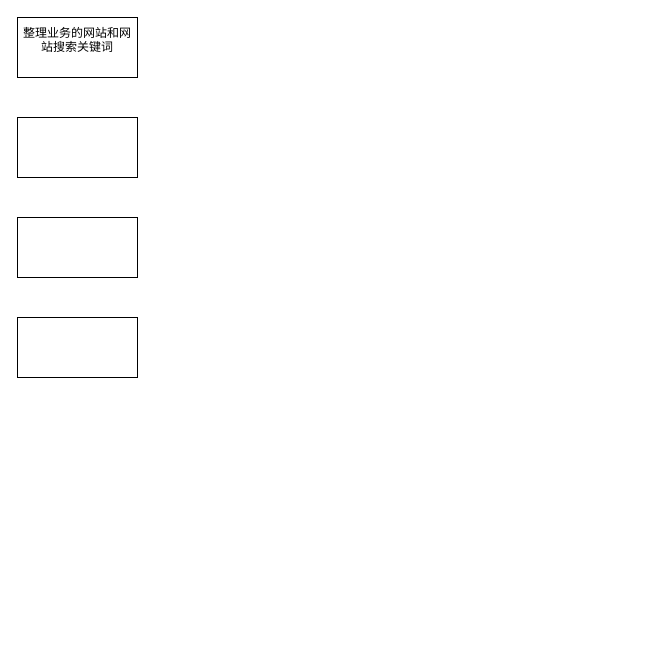
This is YAYO的md/未命名绘图.drawio from yayoyanyue/tools, a draw.io file, before an edit. Source tidied: cells renumbered, new cells numbered last; positions are measured from the earlier drawing's top-left corner, leaving out a move shared by most shapes. Both pictures are drawn from the tidied source at 100%, with x=0, y=0 at pixel (17, 17).
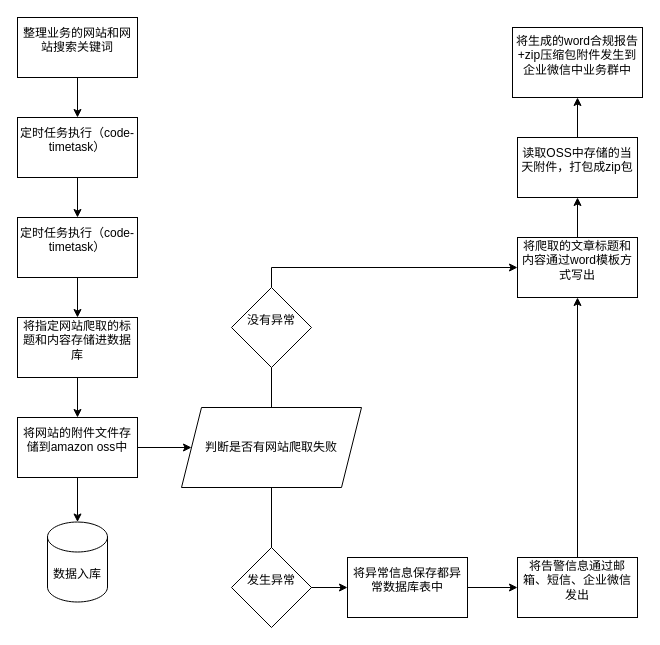
Above is the later version.

Commit message:
更新未命名绘图.drawio

Unchanged cells that the change refers to:
```xml
<mxCell id="2" value="&lt;div&gt;整理业务的网站和网站搜索关键词&lt;/div&gt;&lt;div&gt;&lt;br&gt;&lt;/div&gt;" style="rounded=0;whiteSpace=wrap;html=1;" parent="1" vertex="1">
  <mxGeometry width="120" height="60" as="geometry" />
</mxCell>
```

The edit, as a diff of the source:
```diff
@@
+    <mxCell id="6" style="edgeStyle=orthogonalEdgeStyle;rounded=0;jettySize=auto;html=1;exitX=0.5;exitY=1;exitDx=0;exitDy=0;entryX=0.5;entryY=0;entryDx=0;entryDy=0;" parent="1" edge="1" source="2" target="3">
+      <mxGeometry relative="1" as="geometry" />
+    </mxCell>
@@
+    <mxCell id="7" style="edgeStyle=orthogonalEdgeStyle;rounded=0;jettySize=auto;html=1;exitX=0.5;exitY=1;exitDx=0;exitDy=0;entryX=0.5;entryY=0;entryDx=0;entryDy=0;" parent="1" edge="1" source="3" target="4">
+      <mxGeometry relative="1" as="geometry" />
+    </mxCell>
-    <mxCell id="3" style="rounded=0;whiteSpace=wrap;html=1;" parent="1" vertex="1">
+    <mxCell id="3" value="&lt;div&gt;定时任务执行（code-timetask）&lt;/div&gt;&lt;div&gt;&lt;br&gt;&lt;/div&gt;" style="rounded=0;whiteSpace=wrap;html=1;" parent="1" vertex="1">
       <mxGeometry y="100" width="120" height="60" as="geometry" />
     </mxCell>
+    <mxCell id="8" style="edgeStyle=orthogonalEdgeStyle;rounded=0;jettySize=auto;html=1;exitX=0.5;exitY=1;exitDx=0;exitDy=0;entryX=0.5;entryY=0;entryDx=0;entryDy=0;" parent="1" edge="1" source="4" target="5">
+      <mxGeometry relative="1" as="geometry" />
+    </mxCell>
-    <mxCell id="4" style="rounded=0;whiteSpace=wrap;html=1;" parent="1" vertex="1">
+    <mxCell id="4" value="&lt;div&gt;定时任务执行（code-timetask）&lt;/div&gt;&lt;div&gt;&lt;br&gt;&lt;/div&gt;" style="rounded=0;whiteSpace=wrap;html=1;" parent="1" vertex="1">
       <mxGeometry y="200" width="120" height="60" as="geometry" />
     </mxCell>
+    <mxCell id="9" style="edgeStyle=orthogonalEdgeStyle;rounded=0;jettySize=auto;html=1;exitX=0.5;exitY=1;exitDx=0;exitDy=0;entryX=0.5;entryY=0;entryDx=0;entryDy=0;" parent="1" edge="1" source="5" target="12">
+      <mxGeometry relative="1" as="geometry" />
+    </mxCell>
-    <mxCell id="5" style="rounded=0;whiteSpace=wrap;html=1;" parent="1" vertex="1">
+    <mxCell id="5" value="&lt;div&gt;将指定网站爬取的标题和内容存储进数据库&lt;/div&gt;&lt;div&gt;&lt;br&gt;&lt;/div&gt;" style="rounded=0;whiteSpace=wrap;html=1;" parent="1" vertex="1">
       <mxGeometry y="300" width="120" height="60" as="geometry" />
     </mxCell>
+    <mxCell id="10" style="edgeStyle=orthogonalEdgeStyle;rounded=0;jettySize=auto;html=1;exitX=1;exitY=0.5;exitDx=0;exitDy=0;entryX=0;entryY=0.5;entryDx=0;entryDy=0;" parent="1" edge="1" source="12" target="15">
+      <mxGeometry relative="1" as="geometry" />
+    </mxCell>
+    <mxCell id="11" style="edgeStyle=orthogonalEdgeStyle;rounded=0;jettySize=auto;html=1;exitX=0.5;exitY=1;exitDx=0;exitDy=0;entryX=0.5;entryY=0;entryDx=0;entryDy=0;entryPerimeter=0;" parent="1" edge="1" source="12" target="28">
+      <mxGeometry relative="1" as="geometry" />
+    </mxCell>
+    <mxCell id="12" value="&lt;div&gt;将网站的附件文件存储到amazon oss中&lt;/div&gt;&lt;div&gt;&lt;br&gt;&lt;/div&gt;" style="rounded=0;whiteSpace=wrap;html=1;" parent="1" vertex="1">
+      <mxGeometry y="400" width="120" height="60" as="geometry" />
+    </mxCell>
+    <mxCell id="13" style="edgeStyle=orthogonalEdgeStyle;rounded=0;jettySize=auto;html=1;exitX=0.5;exitY=0;exitDx=0;exitDy=0;entryX=0;entryY=0.5;entryDx=0;entryDy=0;startArrow=none;" parent="1" edge="1" source="25" target="19">
+      <mxGeometry relative="1" as="geometry" />
+    </mxCell>
+    <mxCell id="14" style="edgeStyle=orthogonalEdgeStyle;rounded=0;jettySize=auto;html=1;entryX=0;entryY=0.5;entryDx=0;entryDy=0;" parent="1" edge="1" source="15" target="17">
+      <mxGeometry relative="1" as="geometry" />
+    </mxCell>
+    <mxCell id="15" value="判断是否有网站爬取失败" style="shape=parallelogram;perimeter=parallelogramPerimeter;whiteSpace=wrap;html=1;fixedSize=1;" parent="1" vertex="1">
+      <mxGeometry x="164" y="390" width="180" height="80" as="geometry" />
+    </mxCell>
+    <mxCell id="16" style="edgeStyle=orthogonalEdgeStyle;rounded=0;jettySize=auto;html=1;exitX=1;exitY=0.5;exitDx=0;exitDy=0;entryX=0;entryY=0.5;entryDx=0;entryDy=0;" parent="1" edge="1" source="17" target="21">
+      <mxGeometry relative="1" as="geometry" />
+    </mxCell>
+    <mxCell id="17" value="&lt;div&gt;将异常信息保存都异常数据库表中&lt;/div&gt;&lt;div&gt;&lt;br&gt;&lt;/div&gt;" style="rounded=0;whiteSpace=wrap;html=1;" parent="1" vertex="1">
+      <mxGeometry x="330" y="540" width="120" height="60" as="geometry" />
+    </mxCell>
+    <mxCell id="18" style="edgeStyle=orthogonalEdgeStyle;rounded=0;jettySize=auto;html=1;exitX=0.5;exitY=0;exitDx=0;exitDy=0;entryX=0.5;entryY=1;entryDx=0;entryDy=0;" parent="1" edge="1" source="19" target="23">
+      <mxGeometry relative="1" as="geometry" />
+    </mxCell>
+    <mxCell id="19" value="&lt;div&gt;将爬取的文章标题和内容通过word模板方式写出&lt;/div&gt;&lt;div&gt;&lt;br&gt;&lt;/div&gt;" style="rounded=0;whiteSpace=wrap;html=1;" parent="1" vertex="1">
+      <mxGeometry x="500" y="220" width="120" height="60" as="geometry" />
+    </mxCell>
+    <mxCell id="20" style="edgeStyle=orthogonalEdgeStyle;rounded=0;jettySize=auto;html=1;exitX=0.5;exitY=0;exitDx=0;exitDy=0;entryX=0.5;entryY=1;entryDx=0;entryDy=0;" parent="1" edge="1" source="21" target="19">
+      <mxGeometry relative="1" as="geometry" />
+    </mxCell>
+    <mxCell id="21" value="&lt;div&gt;将告警信息通过邮箱、短信、企业微信发出&lt;/div&gt;&lt;div&gt;&lt;br&gt;&lt;/div&gt;" style="rounded=0;whiteSpace=wrap;html=1;" parent="1" vertex="1">
+      <mxGeometry x="500" y="540" width="120" height="60" as="geometry" />
+    </mxCell>
+    <mxCell id="22" style="edgeStyle=orthogonalEdgeStyle;rounded=0;jettySize=auto;html=1;exitX=0.5;exitY=0;exitDx=0;exitDy=0;entryX=0.5;entryY=1;entryDx=0;entryDy=0;" parent="1" edge="1" source="23" target="24">
+      <mxGeometry relative="1" as="geometry" />
+    </mxCell>
+    <mxCell id="23" value="&lt;div&gt;读取OSS中存储的当天附件，打包成zip包&lt;/div&gt;&lt;div&gt;&lt;br&gt;&lt;/div&gt;" style="rounded=0;whiteSpace=wrap;html=1;" parent="1" vertex="1">
+      <mxGeometry x="500" y="120" width="120" height="60" as="geometry" />
+    </mxCell>
+    <mxCell id="24" value="&lt;div&gt;&lt;div&gt;将生成的word合规报告+zip压缩包附件发生到企业微信中业务群中&lt;/div&gt;&lt;/div&gt;&lt;div&gt;&lt;br&gt;&lt;/div&gt;" style="rounded=0;whiteSpace=wrap;html=1;" parent="1" vertex="1">
+      <mxGeometry x="495" y="10" width="130" height="70" as="geometry" />
+    </mxCell>
+    <mxCell id="25" value="&lt;div&gt;没有异常&lt;/div&gt;&lt;div&gt;&lt;br&gt;&lt;/div&gt;" style="rhombus;whiteSpace=wrap;html=1;" parent="1" vertex="1">
+      <mxGeometry x="214" y="270" width="80" height="80" as="geometry" />
+    </mxCell>
+    <mxCell id="26" style="edgeStyle=orthogonalEdgeStyle;rounded=0;jettySize=auto;html=1;exitX=0.5;exitY=0;exitDx=0;exitDy=0;entryX=0.5;entryY=1;entryDx=0;entryDy=0;endArrow=none;" parent="1" edge="1" source="15" target="25">
+      <mxGeometry relative="1" as="geometry" />
+    </mxCell>
+    <mxCell id="27" value="&lt;div&gt;发生异常&lt;/div&gt;&lt;div&gt;&lt;br&gt;&lt;/div&gt;" style="rhombus;whiteSpace=wrap;html=1;" parent="1" vertex="1">
+      <mxGeometry x="214" y="530" width="80" height="80" as="geometry" />
+    </mxCell>
+    <mxCell id="28" value="数据入库" style="shape=cylinder3;whiteSpace=wrap;html=1;boundedLbl=1;backgroundOutline=1;size=15;" parent="1" vertex="1">
+      <mxGeometry x="30" y="504.5" width="60" height="80" as="geometry" />
+    </mxCell>
```
